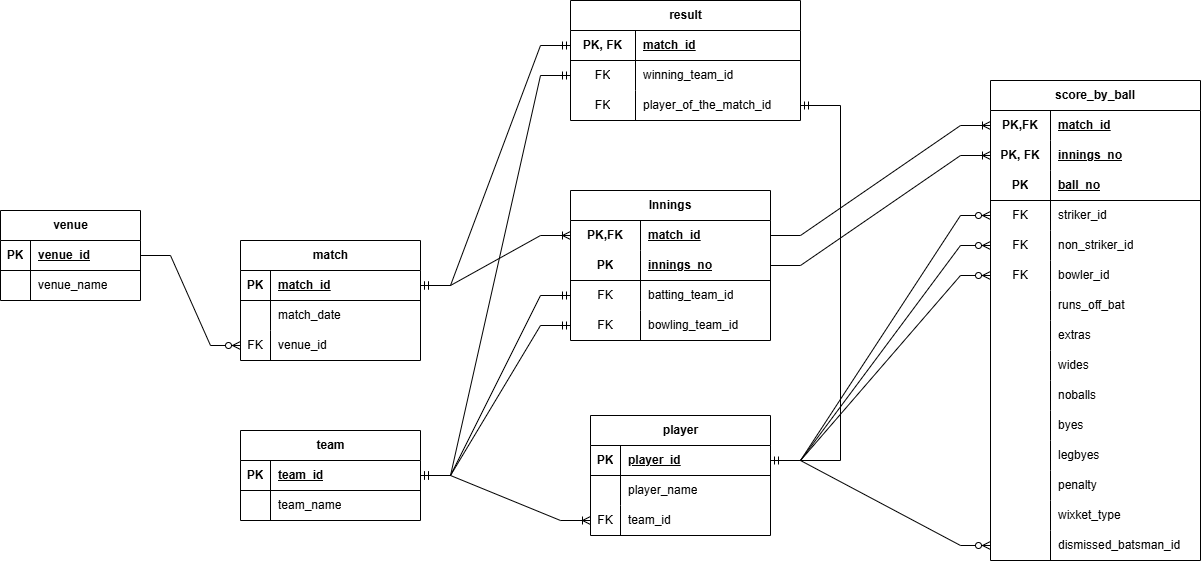
This is IPL_2024_ER.png from Rupam-1/Pyspark_Project_IPL_2024, a draw.io export, as it was before one commit. Source tidied: cells renumbered, new cells last; positions are measured from the earlier drawing's top-left corner, leaving out a move shared by most shapes.
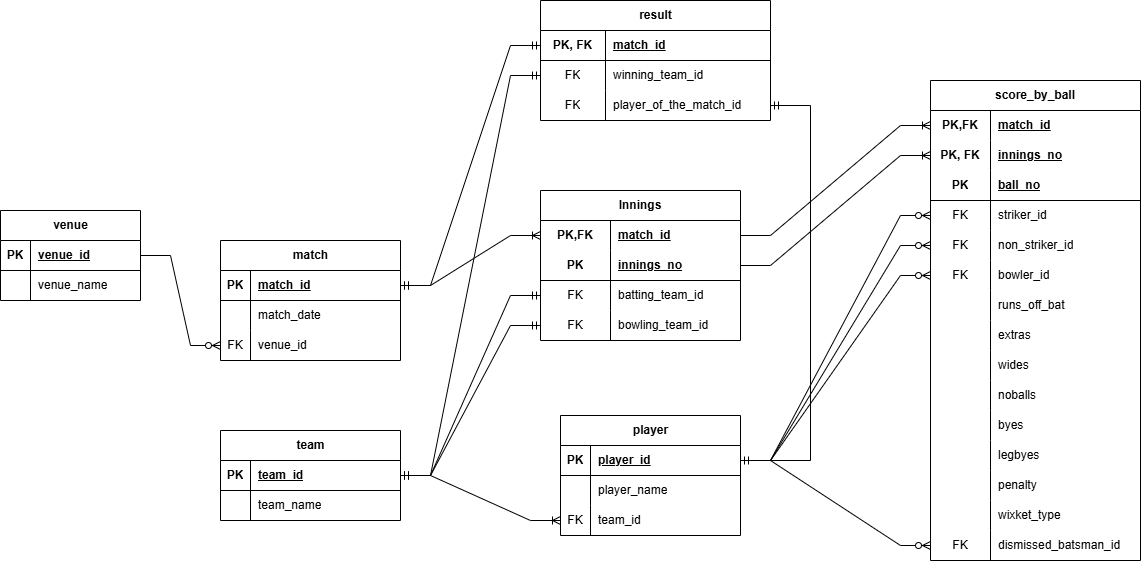
Later version of the same file.

Diff of the diagram source:
```diff
@@ -3,7 +3,7 @@
     <mxCell id="0" />
     <mxCell id="1" parent="0" />
     <mxCell id="2" value="venue" style="shape=table;startSize=30;rowLines=0;fontStyle=1;align=center;html=1;" parent="1" vertex="1">
-      <mxGeometry y="210" width="140" height="90" as="geometry" />
+      <mxGeometry x="30" y="210" width="140" height="90" as="geometry" />
     </mxCell>
     <mxCell id="3" style="shape=tableRow;horizontal=0;startSize=0;swimlaneHead=0;swimlaneBody=0;fillColor=none;points=[[0,0.5],[1,0.5]];portConstraint=eastwest;top=0;left=0;right=0;bottom=1;" parent="2" vertex="1">
       <mxGeometry y="30" width="140" height="30" as="geometry" />
@@ -24,7 +24,7 @@
       <mxGeometry x="30" width="110" height="30" as="geometry" />
     </mxCell>
     <mxCell id="9" value="match" style="shape=table;startSize=30;rowLines=0;fontStyle=1;align=center;html=1;" parent="1" vertex="1">
-      <mxGeometry x="240" y="240" width="180" height="120" as="geometry" />
+      <mxGeometry x="250" y="240" width="180" height="120" as="geometry" />
     </mxCell>
     <mxCell id="10" style="shape=tableRow;horizontal=0;startSize=0;swimlaneHead=0;swimlaneBody=0;fillColor=none;points=[[0,0.5],[1,0.5]];portConstraint=eastwest;top=0;left=0;right=0;bottom=1;" parent="9" vertex="1">
       <mxGeometry y="30" width="180" height="30" as="geometry" />
@@ -57,7 +57,7 @@
       <mxGeometry relative="1" as="geometry" />
     </mxCell>
     <mxCell id="20" value="team" style="shape=table;startSize=30;rowLines=0;fontStyle=1;align=center;html=1;" parent="1" vertex="1">
-      <mxGeometry x="240" y="430" width="180" height="90" as="geometry" />
+      <mxGeometry x="250" y="430" width="180" height="90" as="geometry" />
     </mxCell>
     <mxCell id="21" style="shape=tableRow;horizontal=0;startSize=0;swimlaneHead=0;swimlaneBody=0;fillColor=none;points=[[0,0.5],[1,0.5]];portConstraint=eastwest;top=0;left=0;right=0;bottom=1;" parent="20" vertex="1">
       <mxGeometry y="30" width="180" height="30" as="geometry" />
@@ -203,7 +203,7 @@
       </mxGeometry>
     </mxCell>
     <mxCell id="67" value="score_by_ball" style="shape=table;startSize=30;rowLines=0;fontStyle=1;align=center;html=1;whiteSpace=wrap;" parent="1" vertex="1">
-      <mxGeometry x="990" y="80" width="210" height="480" as="geometry" />
+      <mxGeometry x="960" y="80" width="210" height="480" as="geometry" />
     </mxCell>
     <mxCell id="68" style="shape=tableRow;horizontal=0;startSize=0;swimlaneHead=0;swimlaneBody=0;fillColor=none;points=[[0,0.5],[1,0.5]];portConstraint=eastwest;top=0;left=0;right=0;bottom=0;html=1;" parent="67" vertex="1">
       <mxGeometry y="30" width="210" height="30" as="geometry" />
@@ -334,7 +334,7 @@
     <mxCell id="110" style="shape=tableRow;horizontal=0;startSize=0;swimlaneHead=0;swimlaneBody=0;fillColor=none;points=[[0,0.5],[1,0.5]];portConstraint=eastwest;top=0;left=0;right=0;bottom=0;html=1;" parent="67" vertex="1">
       <mxGeometry y="450" width="210" height="30" as="geometry" />
     </mxCell>
-    <mxCell id="111" style="shape=partialRectangle;fillColor=none;top=0;left=0;bottom=0;right=0;overflow=hidden;html=1;whiteSpace=wrap;" parent="110" vertex="1">
+    <mxCell id="111" value="FK" style="shape=partialRectangle;fillColor=none;top=0;left=0;bottom=0;right=0;overflow=hidden;html=1;whiteSpace=wrap;" parent="110" vertex="1">
       <mxGeometry width="60" height="30" as="geometry" />
     </mxCell>
     <mxCell id="112" value="dismissed_batsman_id" style="shape=partialRectangle;fillColor=none;top=0;left=0;bottom=0;right=0;align=left;spacingLeft=6;overflow=hidden;html=1;whiteSpace=wrap;" parent="110" vertex="1">
```
